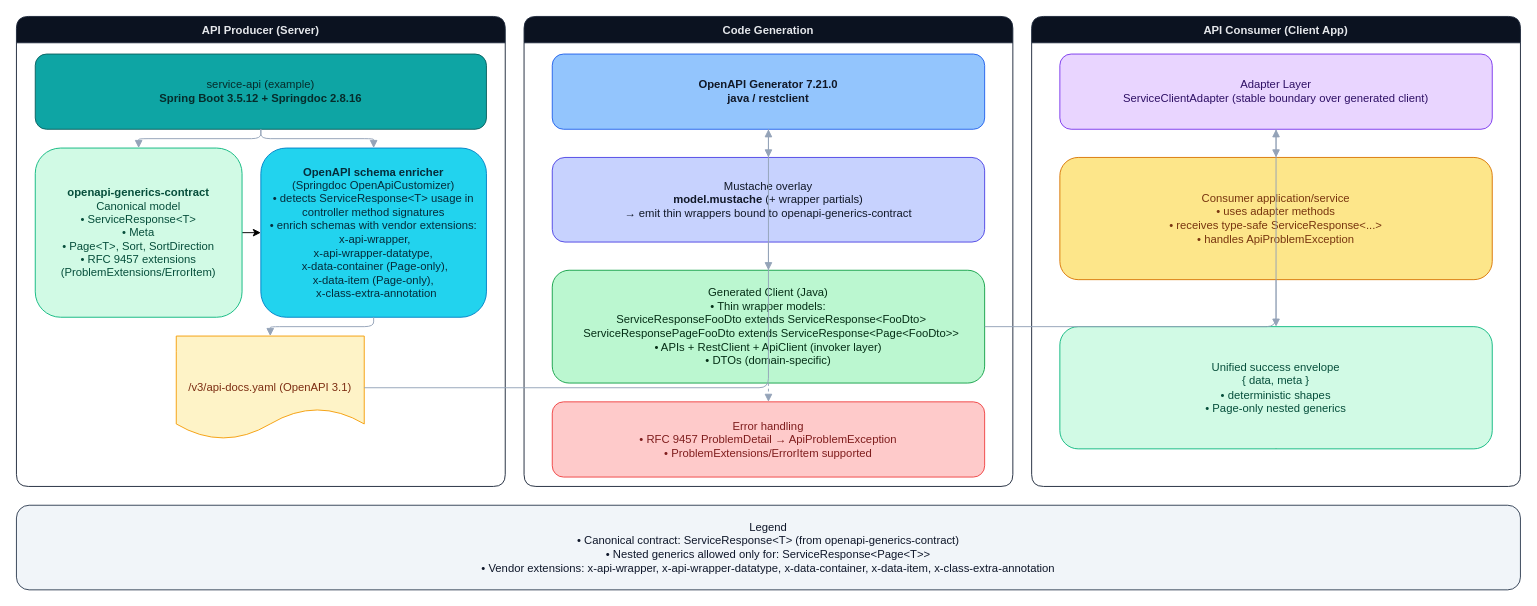
Before: docs/images/architecture/architectural-diagram.drawio in bsayli/spring-boot-openapi-generics-clients, a draw.io diagram. Source tidied: cells renumbered, new cells numbered last; positions are measured from the earlier drawing's top-left corner, leaving out a move shared by most shapes. Both pictures are drawn from the tidied source at 94%, with x=0, y=0 at pixel (16, 16).
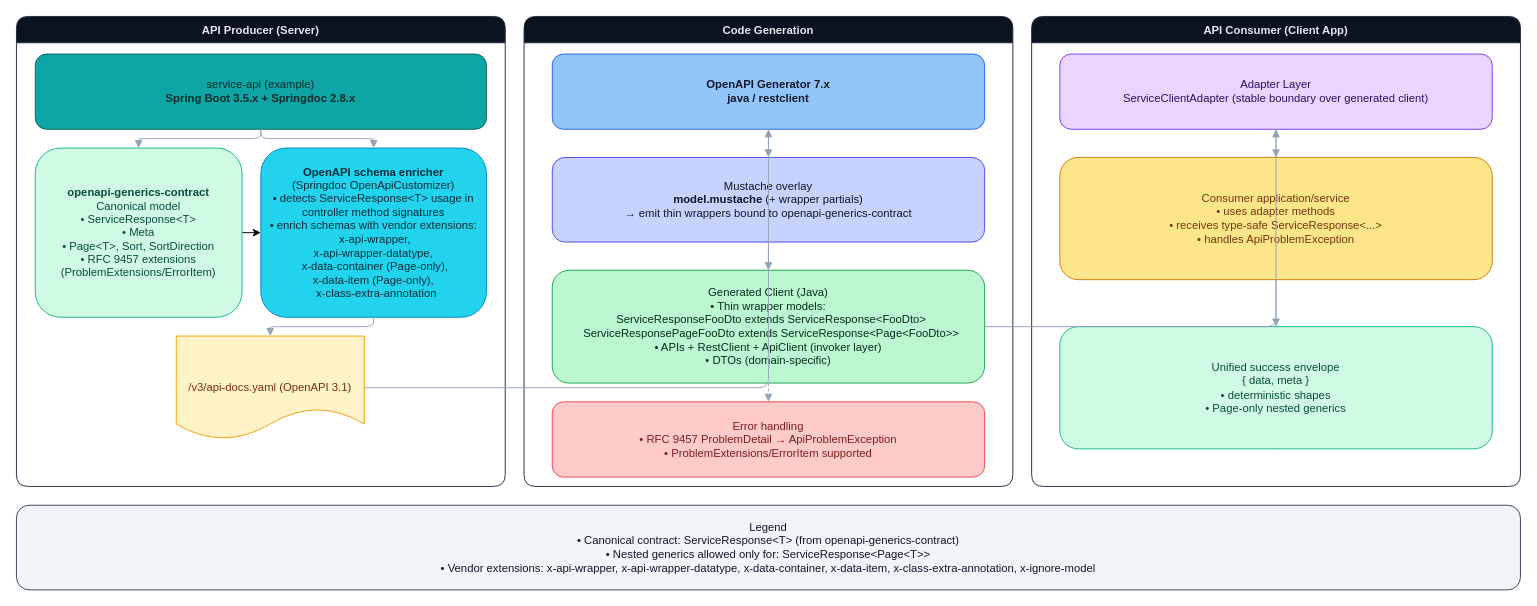
The same page after the edit.

Unchanged cells that the change refers to:
```xml
<mxCell id="2" value="API Producer (Server)" style="swimlane;rounded=1;strokeColor=#1e293b;fillColor=#0b1220;fontColor=#e5e7eb;horizontal=1;startSize=28;" parent="1" vertex="1">
  <mxGeometry width="520" height="500" as="geometry" />
</mxCell>
<mxCell id="11" value="Code Generation" style="swimlane;rounded=1;strokeColor=#1e293b;fillColor=#0b1220;fontColor=#e5e7eb;horizontal=1;startSize=28;" parent="1" vertex="1">
  <mxGeometry x="540" width="520" height="500" as="geometry" />
</mxCell>
```

Diff of the diagram source:
```diff
@@
-    <mxCell id="3" value="service-api (example)&lt;br&gt;&lt;b&gt;Spring Boot 3.5.12 + Springdoc 2.8.16&lt;/b&gt;" style="rounded=1;whiteSpace=wrap;html=1;fillColor=#0ea5a4;strokeColor=#0b6261;fontColor=#062c2b;" parent="2" vertex="1">
+    <mxCell id="3" value="service-api (example)&lt;br&gt;&lt;b&gt;Spring Boot 3.5.x + Springdoc 2.8.x&lt;/b&gt;" style="rounded=1;whiteSpace=wrap;html=1;fillColor=#0ea5a4;strokeColor=#0b6261;fontColor=#062c2b;" parent="2" vertex="1">
       <mxGeometry x="20" y="40" width="480" height="80" as="geometry" />
     </mxCell>
@@
-    <mxCell id="12" value="&lt;b&gt;OpenAPI Generator 7.21.0&lt;/b&gt;&lt;br&gt;&lt;b&gt;java / restclient&lt;/b&gt;" style="rounded=1;whiteSpace=wrap;html=1;fillColor=#93c5fd;strokeColor=#2563eb;fontColor=#111827;" parent="11" vertex="1">
+    <mxCell id="12" value="&lt;b&gt;OpenAPI Generator 7.x&lt;/b&gt;&lt;br&gt;&lt;b&gt;java / restclient&lt;/b&gt;" style="rounded=1;whiteSpace=wrap;html=1;fillColor=#93c5fd;strokeColor=#2563eb;fontColor=#111827;" parent="11" vertex="1">
       <mxGeometry x="30" y="40" width="460" height="80" as="geometry" />
     </mxCell>
@@
-    <mxCell id="27" value="&lt;div&gt;Legend&lt;/div&gt;&lt;div&gt;• Canonical contract: ServiceResponse&amp;lt;T&amp;gt; (from openapi-generics-contract)&lt;/div&gt;&lt;div&gt;• Nested generics allowed only for: ServiceResponse&amp;lt;Page&amp;lt;T&amp;gt;&amp;gt;&lt;/div&gt;&lt;div&gt;• Vendor extensions: x-api-wrapper, x-api-wrapper-datatype, x-data-container, x-data-item, x-class-extra-annotation&lt;/div&gt;" style="rounded=1;whiteSpace=wrap;html=1;fillColor=#f1f5f9;strokeColor=#334155;fontColor=#0f172a;" parent="1" vertex="1">
+    <mxCell id="27" value="&lt;div&gt;Legend&lt;/div&gt;&lt;div&gt;• Canonical contract: ServiceResponse&amp;lt;T&amp;gt; (from openapi-generics-contract)&lt;/div&gt;&lt;div&gt;• Nested generics allowed only for: ServiceResponse&amp;lt;Page&amp;lt;T&amp;gt;&amp;gt;&lt;/div&gt;&lt;div&gt;• Vendor extensions: x-api-wrapper, x-api-wrapper-datatype, x-data-container, x-data-item, x-class-extra-annotation, x-ignore-model&lt;/div&gt;" style="rounded=1;whiteSpace=wrap;html=1;fillColor=#f1f5f9;strokeColor=#334155;fontColor=#0f172a;" parent="1" vertex="1">
       <mxGeometry y="520" width="1600" height="90" as="geometry" />
     </mxCell>
```
